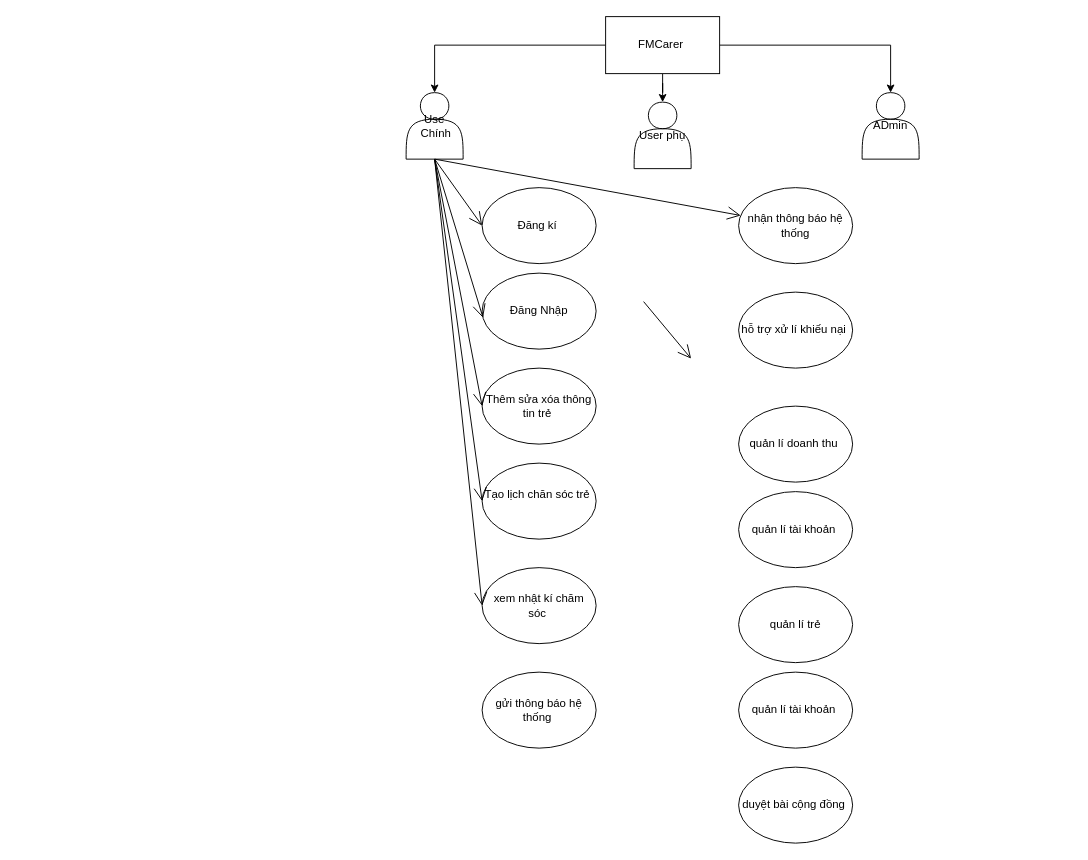
This is UseCase.drawio from NguyenTuanDat187/draw, a draw.io file, before an edit. Source tidied: cells renumbered, new cells numbered last; positions are measured from the earlier drawing's top-left corner, leaving out a move shared by most shapes. Both pictures are drawn from the tidied source at 95%, with x=0, y=0 at pixel (406, 16).
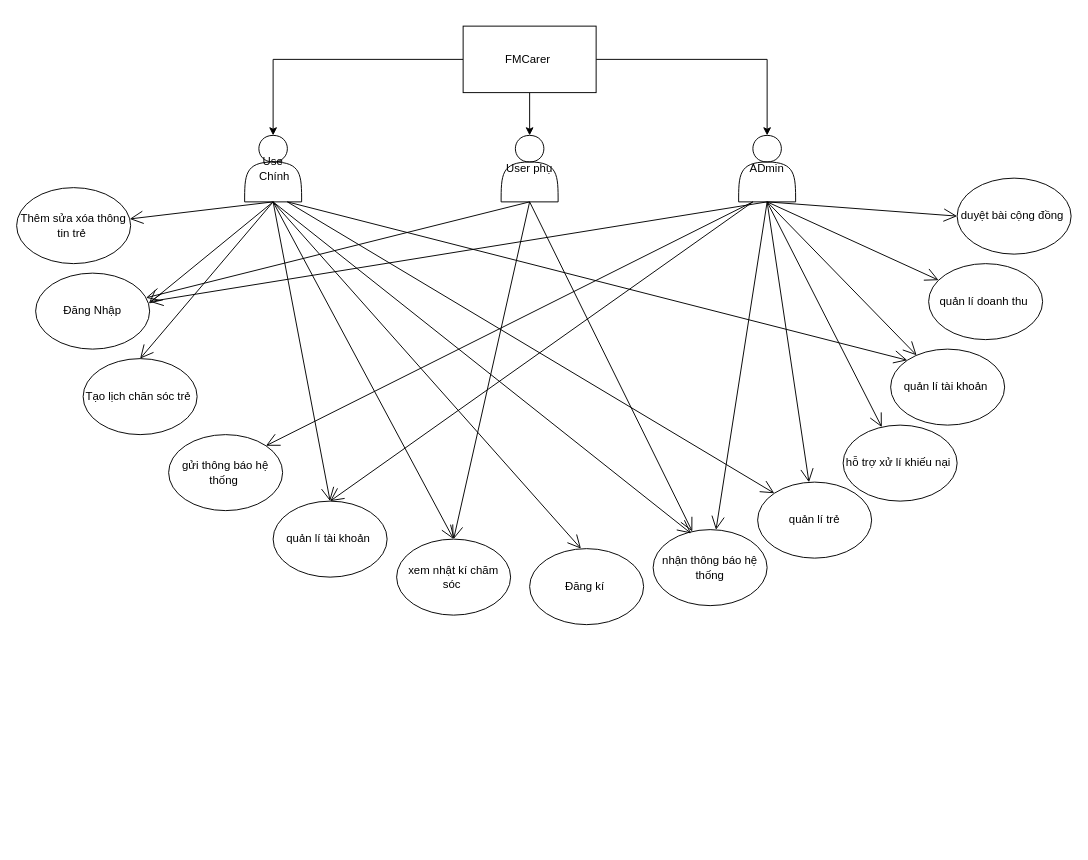
Above is the later version.

Commit message:
Cập nhật UseCase.drawio

What changed in the source:
```diff
@@
-    <mxCell id="2" style="edgeStyle=orthogonalEdgeStyle;rounded=0;jettySize=auto;html=1;exitX=0;exitY=0.5;exitDx=0;exitDy=0;entryX=0.5;entryY=0;entryDx=0;entryDy=0;" parent="1" edge="1" source="5" target="6">
+    <mxCell id="2" style="edgeStyle=orthogonalEdgeStyle;rounded=0;jettySize=auto;html=1;entryX=0.5;entryY=0;entryDx=0;entryDy=0;" parent="1" edge="1" source="5" target="6">
       <mxGeometry relative="1" as="geometry" />
     </mxCell>
+    <mxCell id="4" style="edgeStyle=orthogonalEdgeStyle;rounded=0;jettySize=auto;html=1;" parent="1" edge="1" source="5" target="8">
+      <mxGeometry relative="1" as="geometry" />
+    </mxCell>
-    <mxCell id="3" style="edgeStyle=orthogonalEdgeStyle;rounded=0;jettySize=auto;html=1;" parent="1" edge="1" source="5" target="7">
+    <mxCell id="3" style="edgeStyle=orthogonalEdgeStyle;rounded=0;jettySize=auto;html=1;entryX=0.5;entryY=0;entryDx=0;entryDy=0;" parent="1" edge="1" source="5" target="7">
       <mxGeometry relative="1" as="geometry" />
     </mxCell>
-    <mxCell id="4" style="edgeStyle=orthogonalEdgeStyle;rounded=0;jettySize=auto;html=1;entryX=0.5;entryY=0;entryDx=0;entryDy=0;" parent="1" edge="1" source="5" target="8">
-      <mxGeometry relative="1" as="geometry" />
-    </mxCell>
     <mxCell id="5" value="FMCarer&amp;nbsp;" style="rounded=0;whiteSpace=wrap;html=1;" parent="1" vertex="1">
-      <mxGeometry x="210" width="120" height="60" as="geometry" />
+      <mxGeometry x="60" y="10" width="140" height="70" as="geometry" />
     </mxCell>
     <mxCell id="6" value="Use&lt;div&gt;&amp;nbsp;Chính&lt;/div&gt;" style="shape=actor;whiteSpace=wrap;html=1;" parent="1" vertex="1">
-      <mxGeometry y="80" width="60" height="70" as="geometry" />
+      <mxGeometry x="-170" y="125" width="60" height="70" as="geometry" />
     </mxCell>
     <mxCell id="7" value="User phụ" style="shape=actor;whiteSpace=wrap;html=1;" parent="1" vertex="1">
-      <mxGeometry x="240" y="90" width="60" height="70" as="geometry" />
+      <mxGeometry x="100" y="125" width="60" height="70" as="geometry" />
     </mxCell>
     <mxCell id="8" value="ADmin" style="shape=actor;whiteSpace=wrap;html=1;" parent="1" vertex="1">
-      <mxGeometry x="480" y="80" width="60" height="70" as="geometry" />
+      <mxGeometry x="350" y="125" width="60" height="70" as="geometry" />
     </mxCell>
     <mxCell id="9" value="Đăng kí&amp;nbsp;" style="ellipse;whiteSpace=wrap;html=1;" parent="1" vertex="1">
-      <mxGeometry x="80" y="180" width="120" height="80" as="geometry" />
+      <mxGeometry x="130" y="560" width="120" height="80" as="geometry" />
     </mxCell>
     <mxCell id="10" value="Đăng Nhập" style="ellipse;whiteSpace=wrap;html=1;" parent="1" vertex="1">
-      <mxGeometry x="80" y="270" width="120" height="80" as="geometry" />
+      <mxGeometry x="-390" y="270" width="120" height="80" as="geometry" />
     </mxCell>
     <mxCell id="11" value="Thêm sửa xóa thông tin trẻ&amp;nbsp;" style="ellipse;whiteSpace=wrap;html=1;" parent="1" vertex="1">
-      <mxGeometry x="80" y="370" width="120" height="80" as="geometry" />
+      <mxGeometry x="-410" y="180" width="120" height="80" as="geometry" />
     </mxCell>
-    <mxCell id="12" value="Tạo lịch chăn sóc trẻ&amp;nbsp;&lt;div&gt;&lt;br&gt;&lt;/div&gt;" style="ellipse;whiteSpace=wrap;html=1;" parent="1" vertex="1">
-      <mxGeometry x="80" y="470" width="120" height="80" as="geometry" />
+    <mxCell id="12" value="Tạo lịch chăn sóc trẻ&amp;nbsp;" style="ellipse;whiteSpace=wrap;html=1;" parent="1" vertex="1">
+      <mxGeometry x="-340" y="360" width="120" height="80" as="geometry" />
     </mxCell>
     <mxCell id="13" value="xem nhật kí chăm sóc&amp;nbsp;" style="ellipse;whiteSpace=wrap;html=1;" parent="1" vertex="1">
-      <mxGeometry x="80" y="580" width="120" height="80" as="geometry" />
+      <mxGeometry x="-10" y="550" width="120" height="80" as="geometry" />
     </mxCell>
     <mxCell id="14" value="quản lí trẻ" style="ellipse;whiteSpace=wrap;html=1;" parent="1" vertex="1">
-      <mxGeometry x="350" y="600" width="120" height="80" as="geometry" />
+      <mxGeometry x="370" y="490" width="120" height="80" as="geometry" />
     </mxCell>
     <mxCell id="15" value="quản lí tài khoản&amp;nbsp;" style="ellipse;whiteSpace=wrap;html=1;" parent="1" vertex="1">
-      <mxGeometry x="350" y="500" width="120" height="80" as="geometry" />
+      <mxGeometry x="-140" y="510" width="120" height="80" as="geometry" />
     </mxCell>
     <mxCell id="16" value="quản lí doanh thu&amp;nbsp;" style="ellipse;whiteSpace=wrap;html=1;" parent="1" vertex="1">
-      <mxGeometry x="350" y="410" width="120" height="80" as="geometry" />
+      <mxGeometry x="550" y="260" width="120" height="80" as="geometry" />
     </mxCell>
     <mxCell id="17" value="gửi thông báo hệ thống&amp;nbsp;" style="ellipse;whiteSpace=wrap;html=1;" parent="1" vertex="1">
-      <mxGeometry x="80" y="690" width="120" height="80" as="geometry" />
+      <mxGeometry x="-250" y="440" width="120" height="80" as="geometry" />
     </mxCell>
     <mxCell id="18" value="nhận thông báo hệ thống" style="ellipse;whiteSpace=wrap;html=1;" parent="1" vertex="1">
-      <mxGeometry x="350" y="180" width="120" height="80" as="geometry" />
+      <mxGeometry x="260" y="540" width="120" height="80" as="geometry" />
     </mxCell>
     <mxCell id="19" value="quản lí tài khoản&amp;nbsp;" style="ellipse;whiteSpace=wrap;html=1;" parent="1" vertex="1">
-      <mxGeometry x="350" y="690" width="120" height="80" as="geometry" />
+      <mxGeometry x="510" y="350" width="120" height="80" as="geometry" />
     </mxCell>
     <mxCell id="20" value="hỗ trợ xử lí khiếu nại&amp;nbsp;" style="ellipse;whiteSpace=wrap;html=1;" parent="1" vertex="1">
-      <mxGeometry x="350" y="290" width="120" height="80" as="geometry" />
+      <mxGeometry x="460" y="430" width="120" height="80" as="geometry" />
     </mxCell>
     <mxCell id="21" value="duyệt bài cộng đồng&amp;nbsp;" style="ellipse;whiteSpace=wrap;html=1;" parent="1" vertex="1">
-      <mxGeometry x="350" y="790" width="120" height="80" as="geometry" />
+      <mxGeometry x="580" y="170" width="120" height="80" as="geometry" />
     </mxCell>
+    <mxCell id="29" style="endArrow=open;endFill=1;endSize=12;html=1;rounded=0;exitX=0.5;exitY=1;exitDx=0;exitDy=0;" parent="1" edge="1" source="6" target="11">
+      <mxGeometry relative="1" as="geometry" />
+    </mxCell>
+    <mxCell id="23" style="endArrow=open;endFill=1;endSize=12;html=1;rounded=0;exitX=0.5;exitY=1;exitDx=0;exitDy=0;entryX=0.992;entryY=0.4;entryDx=0;entryDy=0;entryPerimeter=0;" parent="1" edge="1" source="6" target="10">
+      <mxGeometry relative="1" as="geometry" />
+    </mxCell>
+    <mxCell id="25" style="endArrow=open;endFill=1;endSize=12;html=1;rounded=0;exitX=0.5;exitY=1;exitDx=0;exitDy=0;entryX=0.5;entryY=0;entryDx=0;entryDy=0;" parent="1" edge="1" source="6" target="12">
+      <mxGeometry relative="1" as="geometry" />
+    </mxCell>
+    <mxCell id="30" style="endArrow=open;endFill=1;endSize=12;html=1;rounded=0;exitX=0.5;exitY=1;exitDx=0;exitDy=0;entryX=0.5;entryY=0;entryDx=0;entryDy=0;" parent="1" edge="1" source="6" target="15">
+      <mxGeometry relative="1" as="geometry" />
+    </mxCell>
+    <mxCell id="31" style="endArrow=open;endFill=1;endSize=12;html=1;rounded=0;exitX=0.5;exitY=1;exitDx=0;exitDy=0;entryX=0.5;entryY=0;entryDx=0;entryDy=0;" parent="1" edge="1" source="6" target="13">
+      <mxGeometry relative="1" as="geometry" />
+    </mxCell>
+    <mxCell id="32" style="endArrow=open;endFill=1;endSize=12;html=1;rounded=0;exitX=0.5;exitY=1;exitDx=0;exitDy=0;entryX=0.5;entryY=0;entryDx=0;entryDy=0;" parent="1" edge="1" source="7" target="13">
+      <mxGeometry relative="1" as="geometry" />
+    </mxCell>
+    <mxCell id="33" style="endArrow=open;endFill=1;endSize=12;html=1;rounded=0;exitX=0.5;exitY=1;exitDx=0;exitDy=0;" parent="1" edge="1" source="7" target="10">
+      <mxGeometry relative="1" as="geometry" />
+    </mxCell>
-    <mxCell id="22" style="endArrow=open;endFill=1;endSize=12;html=1;rounded=0;exitX=0.5;exitY=1;exitDx=0;exitDy=0;entryX=0;entryY=0.5;entryDx=0;entryDy=0;" parent="1" edge="1" source="6" target="9">
+    <mxCell id="22" style="endArrow=open;endFill=1;endSize=12;html=1;rounded=0;exitX=0.5;exitY=1;exitDx=0;exitDy=0;entryX=0.45;entryY=0;entryDx=0;entryDy=0;entryPerimeter=0;" parent="1" edge="1" source="6" target="9">
       <mxGeometry relative="1" as="geometry" />
     </mxCell>
-    <mxCell id="23" style="endArrow=open;endFill=1;endSize=12;html=1;rounded=0;entryX=0.008;entryY=0.588;entryDx=0;entryDy=0;exitX=0.5;exitY=1;exitDx=0;exitDy=0;entryPerimeter=0;" parent="1" edge="1" source="6" target="10">
-      <mxGeometry relative="1" as="geometry" />
-    </mxCell>
-    <mxCell id="24" style="endArrow=open;endFill=1;endSize=12;html=1;rounded=0;entryX=0;entryY=0.5;entryDx=0;entryDy=0;" parent="1" edge="1" target="11">
-      <mxGeometry relative="1" as="geometry">
-        <mxPoint x="30" y="150" as="sourcePoint" />
-      </mxGeometry>
-    </mxCell>
-    <mxCell id="25" style="endArrow=open;endFill=1;endSize=12;html=1;rounded=0;exitX=0.5;exitY=1;exitDx=0;exitDy=0;entryX=0;entryY=0.5;entryDx=0;entryDy=0;" parent="1" edge="1" source="6" target="12">
-      <mxGeometry relative="1" as="geometry" />
-    </mxCell>
-    <mxCell id="26" style="endArrow=open;endFill=1;endSize=12;html=1;rounded=0;entryX=0;entryY=0.5;entryDx=0;entryDy=0;" parent="1" edge="1" target="13">
-      <mxGeometry relative="1" as="geometry">
-        <mxPoint x="30" y="150" as="sourcePoint" />
-      </mxGeometry>
-    </mxCell>
-    <mxCell id="27" style="endArrow=open;endFill=1;endSize=12;html=1;rounded=0;exitX=0.5;exitY=1;exitDx=0;exitDy=0;entryX=0;entryY=0.5;entryDx=0;entryDy=0;" parent="1" edge="1">
-      <mxGeometry relative="1" as="geometry">
-        <mxPoint x="250" y="300" as="sourcePoint" />
-        <mxPoint x="300" y="360" as="targetPoint" />
-      </mxGeometry>
-    </mxCell>
-    <mxCell id="28" style="endArrow=open;endFill=1;endSize=12;html=1;rounded=0;exitX=0.5;exitY=1;exitDx=0;exitDy=0;" parent="1" edge="1" source="6" target="18">
+    <mxCell id="28" style="endArrow=open;endFill=1;endSize=12;html=1;rounded=0;exitX=0.5;exitY=1;exitDx=0;exitDy=0;entryX=0.333;entryY=0.05;entryDx=0;entryDy=0;entryPerimeter=0;" parent="1" edge="1" source="6" target="18">
       <mxGeometry relative="1" as="geometry" />
     </mxCell>
+    <mxCell id="34" style="endArrow=open;endFill=1;endSize=12;html=1;rounded=0;exitX=0.75;exitY=1;exitDx=0;exitDy=0;entryX=0;entryY=0;entryDx=0;entryDy=0;" parent="1" edge="1" source="6" target="14">
+      <mxGeometry relative="1" as="geometry" />
+    </mxCell>
+    <mxCell id="35" style="endArrow=open;endFill=1;endSize=12;html=1;rounded=0;exitX=0.5;exitY=1;exitDx=0;exitDy=0;entryX=0;entryY=0.5;entryDx=0;entryDy=0;" parent="1" edge="1" source="8" target="21">
+      <mxGeometry relative="1" as="geometry" />
+    </mxCell>
+    <mxCell id="36" style="endArrow=open;endFill=1;endSize=12;html=1;rounded=0;exitX=0.5;exitY=1;exitDx=0;exitDy=0;" parent="1" edge="1" source="8" target="16">
+      <mxGeometry relative="1" as="geometry" />
+    </mxCell>
+    <mxCell id="37" style="endArrow=open;endFill=1;endSize=12;html=1;rounded=0;exitX=0.5;exitY=1;exitDx=0;exitDy=0;" parent="1" edge="1" source="8" target="19">
+      <mxGeometry relative="1" as="geometry" />
+    </mxCell>
+    <mxCell id="38" style="endArrow=open;endFill=1;endSize=12;html=1;rounded=0;exitX=0.75;exitY=1;exitDx=0;exitDy=0;entryX=0;entryY=0;entryDx=0;entryDy=0;" parent="1" edge="1" source="6" target="19">
+      <mxGeometry relative="1" as="geometry" />
+    </mxCell>
+    <mxCell id="39" style="endArrow=open;endFill=1;endSize=12;html=1;rounded=0;exitX=0.5;exitY=1;exitDx=0;exitDy=0;" parent="1" edge="1" source="7" target="18">
+      <mxGeometry relative="1" as="geometry" />
+    </mxCell>
+    <mxCell id="40" style="endArrow=open;endFill=1;endSize=12;html=1;rounded=0;exitX=0.5;exitY=1;exitDx=0;exitDy=0;" parent="1" edge="1" source="8" target="20">
+      <mxGeometry relative="1" as="geometry" />
+    </mxCell>
+    <mxCell id="41" style="endArrow=open;endFill=1;endSize=12;html=1;rounded=0;exitX=0.5;exitY=1;exitDx=0;exitDy=0;" parent="1" edge="1" source="8" target="14">
+      <mxGeometry relative="1" as="geometry" />
+    </mxCell>
+    <mxCell id="42" style="endArrow=open;endFill=1;endSize=12;html=1;rounded=0;exitX=0.5;exitY=1;exitDx=0;exitDy=0;" parent="1" edge="1" source="8" target="18">
+      <mxGeometry relative="1" as="geometry" />
+    </mxCell>
+    <mxCell id="43" style="endArrow=open;endFill=1;endSize=12;html=1;rounded=0;exitX=0.5;exitY=1;exitDx=0;exitDy=0;" parent="1" edge="1" source="8">
+      <mxGeometry relative="1" as="geometry">
+        <mxPoint x="-270" y="300" as="targetPoint" />
+      </mxGeometry>
+    </mxCell>
+    <mxCell id="44" style="endArrow=open;endFill=1;endSize=12;html=1;rounded=0;entryX=0.5;entryY=0;entryDx=0;entryDy=0;exitX=0.25;exitY=1;exitDx=0;exitDy=0;" parent="1" edge="1" source="8" target="15">
+      <mxGeometry relative="1" as="geometry" />
+    </mxCell>
+    <mxCell id="45" style="endArrow=open;endFill=1;endSize=12;html=1;rounded=0;entryX=1;entryY=0;entryDx=0;entryDy=0;exitX=0.25;exitY=1;exitDx=0;exitDy=0;" parent="1" edge="1" source="8" target="17">
+      <mxGeometry relative="1" as="geometry" />
+    </mxCell>
```
